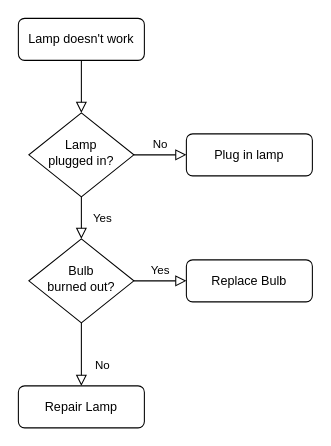
This is Module_1/Lab_3_Algorithmization/Diagrama sin título.drawio from evanstrait/DAFT_1022, a draw.io file, before an edit. Source tidied: cells renumbered, new cells numbered last; positions are measured from the earlier drawing's top-left corner, leaving out a move shared by most shapes. Both pictures are drawn from the tidied source at 105%, with x=0, y=0 at pixel (18, 18).
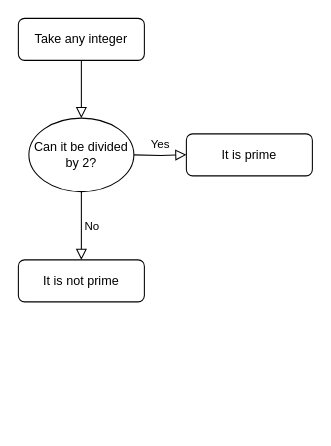
The same diagram, later.

Diff of the diagram source:
```diff
@@
 <mxGraphModel>
   <root>
     <mxCell id="0" />
     <mxCell id="1" parent="0" />
-    <mxCell id="2" style="rounded=0;html=1;jettySize=auto;fontSize=11;endArrow=block;endFill=0;endSize=8;strokeWidth=1;shadow=0;labelBackgroundColor=none;edgeStyle=orthogonalEdgeStyle;" parent="1" edge="1" source="3" target="6">
+    <mxCell id="2" style="rounded=0;html=1;jettySize=auto;fontSize=11;endArrow=block;endFill=0;endSize=8;strokeWidth=1;shadow=0;labelBackgroundColor=none;edgeStyle=orthogonalEdgeStyle;entryX=0.5;entryY=0;entryDx=0;entryDy=0;" parent="1" edge="1" source="3" target="13">
       <mxGeometry relative="1" as="geometry" />
     </mxCell>
-    <mxCell id="3" value="Lamp doesn't work" style="rounded=1;whiteSpace=wrap;html=1;fontSize=12;glass=0;strokeWidth=1;shadow=0;" parent="1" vertex="1">
+    <mxCell id="3" value="Take any integer" style="rounded=1;whiteSpace=wrap;html=1;fontSize=12;glass=0;strokeWidth=1;shadow=0;" parent="1" vertex="1">
       <mxGeometry width="120" height="40" as="geometry" />
     </mxCell>
-    <mxCell id="4" value="Yes" style="rounded=0;html=1;jettySize=auto;fontSize=11;endArrow=block;endFill=0;endSize=8;strokeWidth=1;shadow=0;labelBackgroundColor=none;edgeStyle=orthogonalEdgeStyle;" parent="1" edge="1" source="6" target="10">
-      <mxGeometry y="20" relative="1" as="geometry" />
-    </mxCell>
-    <mxCell id="5" value="No" style="edgeStyle=orthogonalEdgeStyle;rounded=0;html=1;jettySize=auto;fontSize=11;endArrow=block;endFill=0;endSize=8;strokeWidth=1;shadow=0;labelBackgroundColor=none;" parent="1" edge="1" source="6" target="7">
-      <mxGeometry y="10" relative="1" as="geometry" />
+    <mxCell id="5" value="Yes" style="edgeStyle=orthogonalEdgeStyle;rounded=0;html=1;jettySize=auto;fontSize=11;endArrow=block;endFill=0;endSize=8;strokeWidth=1;shadow=0;labelBackgroundColor=none;" parent="1" edge="1" target="7">
+      <mxGeometry y="10" relative="1" as="geometry">
+        <mxPoint x="110" y="130" as="sourcePoint" />
+      </mxGeometry>
     </mxCell>
-    <mxCell id="6" value="Lamp&lt;br&gt;plugged in?" style="rhombus;whiteSpace=wrap;html=1;shadow=0;fontFamily=Helvetica;fontSize=12;align=center;strokeWidth=1;spacing=6;spacingTop=-4;" parent="1" vertex="1">
-      <mxGeometry x="10" y="90" width="100" height="80" as="geometry" />
-    </mxCell>
-    <mxCell id="7" value="Plug in lamp" style="rounded=1;whiteSpace=wrap;html=1;fontSize=12;glass=0;strokeWidth=1;shadow=0;" parent="1" vertex="1">
+    <mxCell id="7" value="It is prime" style="rounded=1;whiteSpace=wrap;html=1;fontSize=12;glass=0;strokeWidth=1;shadow=0;" parent="1" vertex="1">
       <mxGeometry x="160" y="110" width="120" height="40" as="geometry" />
     </mxCell>
+    <mxCell id="12" value="It is not prime" style="rounded=1;whiteSpace=wrap;html=1;fontSize=12;glass=0;strokeWidth=1;shadow=0;" parent="1" vertex="1">
+      <mxGeometry y="230" width="120" height="40" as="geometry" />
+    </mxCell>
+    <mxCell id="13" value="Can it be divided by 2?" style="ellipse;whiteSpace=wrap;html=1;" parent="1" vertex="1">
+      <mxGeometry x="10" y="95" width="100" height="70" as="geometry" />
+    </mxCell>
-    <mxCell id="8" value="No" style="rounded=0;html=1;jettySize=auto;fontSize=11;endArrow=block;endFill=0;endSize=8;strokeWidth=1;shadow=0;labelBackgroundColor=none;edgeStyle=orthogonalEdgeStyle;" parent="1" edge="1" source="10" target="11">
-      <mxGeometry x="0.33" y="20" relative="1" as="geometry" />
+    <mxCell id="8" value="No" style="edgeStyle=orthogonalEdgeStyle;rounded=0;html=1;jettySize=auto;fontSize=11;endArrow=block;endFill=0;endSize=8;strokeWidth=1;shadow=0;labelBackgroundColor=none;entryX=0.5;entryY=0;entryDx=0;entryDy=0;exitX=0.5;exitY=1;exitDx=0;exitDy=0;" parent="1" edge="1" source="13" target="12">
+      <mxGeometry y="10" relative="1" as="geometry" />
     </mxCell>
-    <mxCell id="9" value="Yes" style="edgeStyle=orthogonalEdgeStyle;rounded=0;html=1;jettySize=auto;fontSize=11;endArrow=block;endFill=0;endSize=8;strokeWidth=1;shadow=0;labelBackgroundColor=none;" parent="1" edge="1" source="10" target="12">
-      <mxGeometry y="10" relative="1" as="geometry" />
-    </mxCell>
-    <mxCell id="10" value="Bulb&lt;br&gt;burned out?" style="rhombus;whiteSpace=wrap;html=1;shadow=0;fontFamily=Helvetica;fontSize=12;align=center;strokeWidth=1;spacing=6;spacingTop=-4;" parent="1" vertex="1">
-      <mxGeometry x="10" y="210" width="100" height="80" as="geometry" />
-    </mxCell>
-    <mxCell id="11" value="Repair Lamp" style="rounded=1;whiteSpace=wrap;html=1;fontSize=12;glass=0;strokeWidth=1;shadow=0;" parent="1" vertex="1">
-      <mxGeometry y="350" width="120" height="40" as="geometry" />
-    </mxCell>
-    <mxCell id="12" value="Replace Bulb" style="rounded=1;whiteSpace=wrap;html=1;fontSize=12;glass=0;strokeWidth=1;shadow=0;" parent="1" vertex="1">
-      <mxGeometry x="160" y="230" width="120" height="40" as="geometry" />
-    </mxCell>
   </root>
 </mxGraphModel>
```
